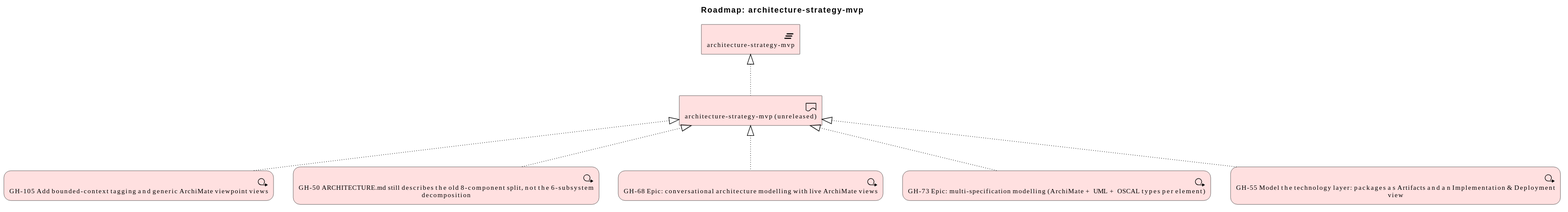
Above: architecture/model/diagrams/migration/plat-architecture-strategy-mvp-7.svg in wolffy-au/frictionless-architect (PlantUML), before the change.
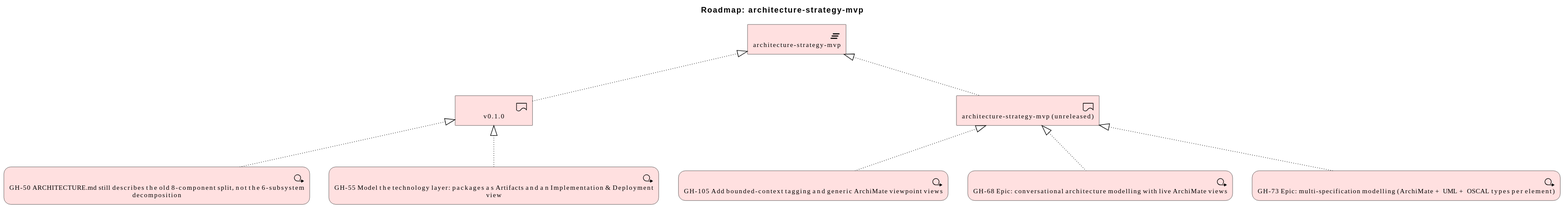
Later version of the same file.

The edit, as a diff of the source:
```diff
@@ -4,6 +4,7 @@
 title Roadmap: architecture-strategy-mvp
 
 Implementation_Deliverable(e_id891b59559d2954, "architecture-strategy-mvp (unreleased)")
+Implementation_Deliverable(e_id314ed2487dd05b, "v0.1.0")
 Implementation_Plateau(e_id726fa9a2d0835f, "architecture-strategy-mvp")
 Implementation_WorkPackage(e_idcfe43aed854d58, "GH-105 Add bounded-context tagging and generic ArchiMate viewpoint views")
 Implementation_WorkPackage(e_id0d0b53b9527a58, "GH-50 ARCHITECTURE.md still describes the old 8-component split, not the 6-subsystem decomposition")
@@ -12,9 +13,10 @@
 Implementation_WorkPackage(e_id6440e8a7ae7655, "GH-55 Model the technology layer: packages as Artifacts and an Implementation & Deployment view")
 
 Rel_Realization_Up(e_id891b59559d2954, e_id726fa9a2d0835f, "")
+Rel_Realization_Up(e_id314ed2487dd05b, e_id726fa9a2d0835f, "")
 Rel_Realization_Up(e_idcfe43aed854d58, e_id891b59559d2954, "")
-Rel_Realization_Up(e_id0d0b53b9527a58, e_id891b59559d2954, "")
+Rel_Realization_Up(e_id0d0b53b9527a58, e_id314ed2487dd05b, "")
 Rel_Realization_Up(e_ide39528d3a91552, e_id891b59559d2954, "")
 Rel_Realization_Up(e_id266c7cb7c31c56, e_id891b59559d2954, "")
-Rel_Realization_Up(e_id6440e8a7ae7655, e_id891b59559d2954, "")
+Rel_Realization_Up(e_id6440e8a7ae7655, e_id314ed2487dd05b, "")
 @enduml
```
